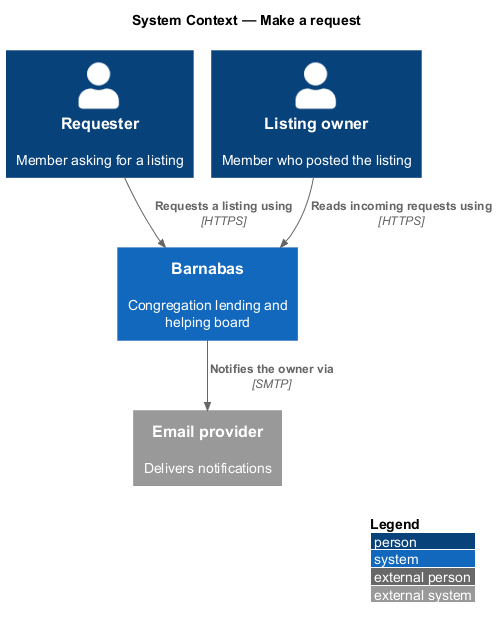
Before: docs/detailed-designs/requests/make-a-request/diagrams/c4-context.png, a diagram exported from PlantUML (QuinntyneBrown/Barnabas).
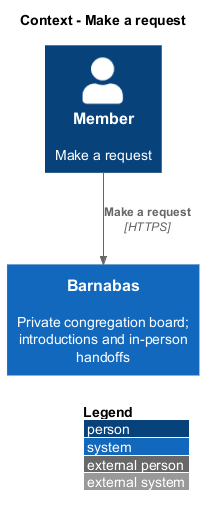
The same file after the commit.

What changed in the source:
```diff
@@ -1,15 +1,8 @@
 @startuml
-!pragma layout smetana
 !include <C4/C4_Context>
 LAYOUT_WITH_LEGEND()
-title System Context — Make a request
-
-Person(requester, "Requester", "Member asking for a listing")
-Person(owner, "Listing owner", "Member who posted the listing")
-System(barnabas, "Barnabas", "Congregation lending and helping board")
-System_Ext(email, "Email provider", "Delivers notifications")
-
-Rel(requester, barnabas, "Requests a listing using", "HTTPS")
-Rel(barnabas, email, "Notifies the owner via", "SMTP")
-Rel(owner, barnabas, "Reads incoming requests using", "HTTPS")
+title Context - Make a request
+Person(actor, "Member", "Make a request")
+System(barnabas, "Barnabas", "Private congregation board; introductions and in-person handoffs")
+Rel(actor, barnabas, "Make a request", "HTTPS")
 @enduml
```
